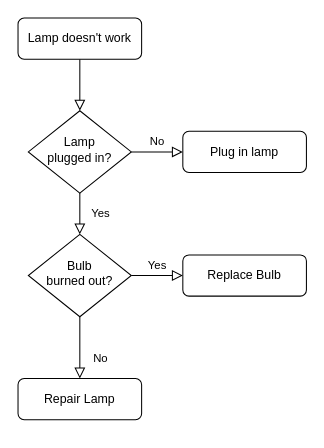
This is Untitled Diagram.drawio from hey-weixy/diagrams, a draw.io file, before an edit. Source tidied: cells renumbered, new cells numbered last; positions are measured from the earlier drawing's top-left corner, leaving out a move shared by most shapes. Both pictures are drawn from the tidied source at 103%, with x=0, y=0 at pixel (18, 18).
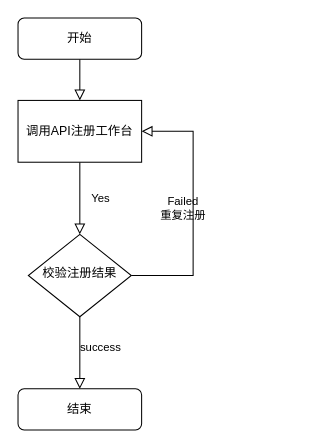
The same page after the edit.

Commit message:
Update 工作台注册 Diagram.drawio

Diff of the diagram source:
```diff
@@
 <mxGraphModel>
   <root>
     <mxCell id="0" />
     <mxCell id="1" parent="0" />
-    <mxCell id="2" style="rounded=0;html=1;jettySize=auto;fontSize=11;endArrow=block;endFill=0;endSize=8;strokeWidth=1;shadow=0;labelBackgroundColor=none;edgeStyle=orthogonalEdgeStyle;" parent="1" edge="1" source="3" target="6">
-      <mxGeometry relative="1" as="geometry" />
+    <mxCell id="2" style="rounded=0;html=1;jettySize=auto;fontSize=11;endArrow=block;endFill=0;endSize=8;strokeWidth=1;shadow=0;labelBackgroundColor=none;edgeStyle=orthogonalEdgeStyle;" parent="1" edge="1" source="3">
+      <mxGeometry relative="1" as="geometry">
+        <mxPoint x="60" y="80" as="targetPoint" />
+      </mxGeometry>
     </mxCell>
-    <mxCell id="3" value="Lamp doesn't work" style="rounded=1;whiteSpace=wrap;html=1;fontSize=12;glass=0;strokeWidth=1;shadow=0;" parent="1" vertex="1">
+    <mxCell id="3" value="开始" style="rounded=1;whiteSpace=wrap;html=1;fontSize=12;glass=0;strokeWidth=1;shadow=0;" parent="1" vertex="1">
       <mxGeometry width="120" height="40" as="geometry" />
     </mxCell>
-    <mxCell id="4" value="Yes" style="rounded=0;html=1;jettySize=auto;fontSize=11;endArrow=block;endFill=0;endSize=8;strokeWidth=1;shadow=0;labelBackgroundColor=none;edgeStyle=orthogonalEdgeStyle;" parent="1" edge="1" source="6" target="10">
+    <mxCell id="4" value="Yes" style="rounded=0;html=1;jettySize=auto;fontSize=11;endArrow=block;endFill=0;endSize=8;strokeWidth=1;shadow=0;labelBackgroundColor=none;edgeStyle=orthogonalEdgeStyle;exitX=0.5;exitY=1;exitDx=0;exitDy=0;" parent="1" edge="1" source="13" target="10">
       <mxGeometry y="20" relative="1" as="geometry" />
     </mxCell>
-    <mxCell id="5" value="No" style="edgeStyle=orthogonalEdgeStyle;rounded=0;html=1;jettySize=auto;fontSize=11;endArrow=block;endFill=0;endSize=8;strokeWidth=1;shadow=0;labelBackgroundColor=none;" parent="1" edge="1" source="6" target="7">
-      <mxGeometry y="10" relative="1" as="geometry" />
-    </mxCell>
-    <mxCell id="6" value="Lamp&lt;br&gt;plugged in?" style="rhombus;whiteSpace=wrap;html=1;shadow=0;fontFamily=Helvetica;fontSize=12;align=center;strokeWidth=1;spacing=6;spacingTop=-4;" parent="1" vertex="1">
-      <mxGeometry x="10" y="90" width="100" height="80" as="geometry" />
-    </mxCell>
-    <mxCell id="7" value="Plug in lamp" style="rounded=1;whiteSpace=wrap;html=1;fontSize=12;glass=0;strokeWidth=1;shadow=0;" parent="1" vertex="1">
-      <mxGeometry x="160" y="110" width="120" height="40" as="geometry" />
-    </mxCell>
-    <mxCell id="8" value="No" style="rounded=0;html=1;jettySize=auto;fontSize=11;endArrow=block;endFill=0;endSize=8;strokeWidth=1;shadow=0;labelBackgroundColor=none;edgeStyle=orthogonalEdgeStyle;" parent="1" edge="1" source="10" target="11">
-      <mxGeometry x="0.33" y="20" relative="1" as="geometry" />
+    <mxCell id="8" value="success" style="rounded=0;html=1;jettySize=auto;fontSize=11;endArrow=block;endFill=0;endSize=8;strokeWidth=1;shadow=0;labelBackgroundColor=none;edgeStyle=orthogonalEdgeStyle;" parent="1" edge="1" source="10" target="11">
+      <mxGeometry x="-0.14" y="20" relative="1" as="geometry" />
     </mxCell>
-    <mxCell id="9" value="Yes" style="edgeStyle=orthogonalEdgeStyle;rounded=0;html=1;jettySize=auto;fontSize=11;endArrow=block;endFill=0;endSize=8;strokeWidth=1;shadow=0;labelBackgroundColor=none;" parent="1" edge="1" source="10" target="12">
-      <mxGeometry y="10" relative="1" as="geometry" />
+    <mxCell id="9" value="Failed&lt;br&gt;重复注册" style="edgeStyle=orthogonalEdgeStyle;rounded=0;html=1;jettySize=auto;fontSize=11;endArrow=block;endFill=0;endSize=8;strokeWidth=1;shadow=0;labelBackgroundColor=none;entryX=1;entryY=0.5;entryDx=0;entryDy=0;exitX=1;exitY=0.5;exitDx=0;exitDy=0;" parent="1" edge="1" source="10" target="13">
+      <mxGeometry y="10" relative="1" as="geometry">
+        <Array as="points">
+          <mxPoint x="170" y="250" />
+          <mxPoint x="170" y="110" />
+        </Array>
+      </mxGeometry>
     </mxCell>
-    <mxCell id="10" value="Bulb&lt;br&gt;burned out?" style="rhombus;whiteSpace=wrap;html=1;shadow=0;fontFamily=Helvetica;fontSize=12;align=center;strokeWidth=1;spacing=6;spacingTop=-4;" parent="1" vertex="1">
+    <mxCell id="10" value="校验注册结果" style="rhombus;whiteSpace=wrap;html=1;shadow=0;fontFamily=Helvetica;fontSize=12;align=center;strokeWidth=1;spacing=6;spacingTop=-4;" parent="1" vertex="1">
       <mxGeometry x="10" y="210" width="100" height="80" as="geometry" />
     </mxCell>
-    <mxCell id="11" value="Repair Lamp" style="rounded=1;whiteSpace=wrap;html=1;fontSize=12;glass=0;strokeWidth=1;shadow=0;" parent="1" vertex="1">
-      <mxGeometry y="350" width="120" height="40" as="geometry" />
+    <mxCell id="11" value="结束" style="rounded=1;whiteSpace=wrap;html=1;fontSize=12;glass=0;strokeWidth=1;shadow=0;" parent="1" vertex="1">
+      <mxGeometry y="360" width="120" height="40" as="geometry" />
     </mxCell>
-    <mxCell id="12" value="Replace Bulb" style="rounded=1;whiteSpace=wrap;html=1;fontSize=12;glass=0;strokeWidth=1;shadow=0;" parent="1" vertex="1">
-      <mxGeometry x="160" y="230" width="120" height="40" as="geometry" />
-    </mxCell>
+    <mxCell id="13" value="调用API注册工作台" style="rounded=0;whiteSpace=wrap;html=1;" parent="1" vertex="1">
+      <mxGeometry y="80" width="120" height="60" as="geometry" />
+    </mxCell>
   </root>
 </mxGraphModel>
```
